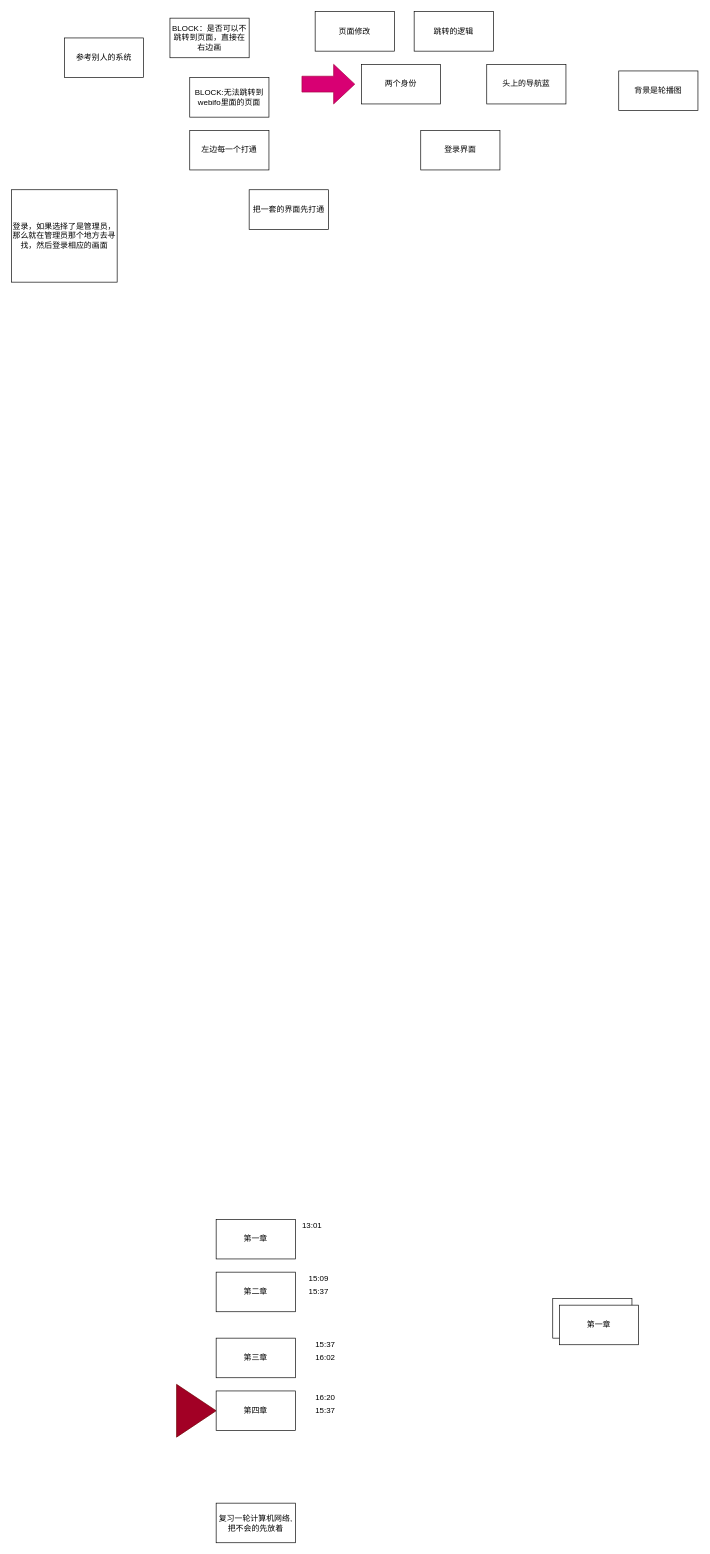
Above: dormsys/note/temp.drawio in Canwaiting/note (draw.io), before the change. Source tidied: cells renumbered, new cells numbered last; positions are measured from the earlier drawing's top-left corner, leaving out a move shared by most shapes. Both pictures are drawn from the tidied source at 66%, with x=0, y=0 at pixel (11, 11).
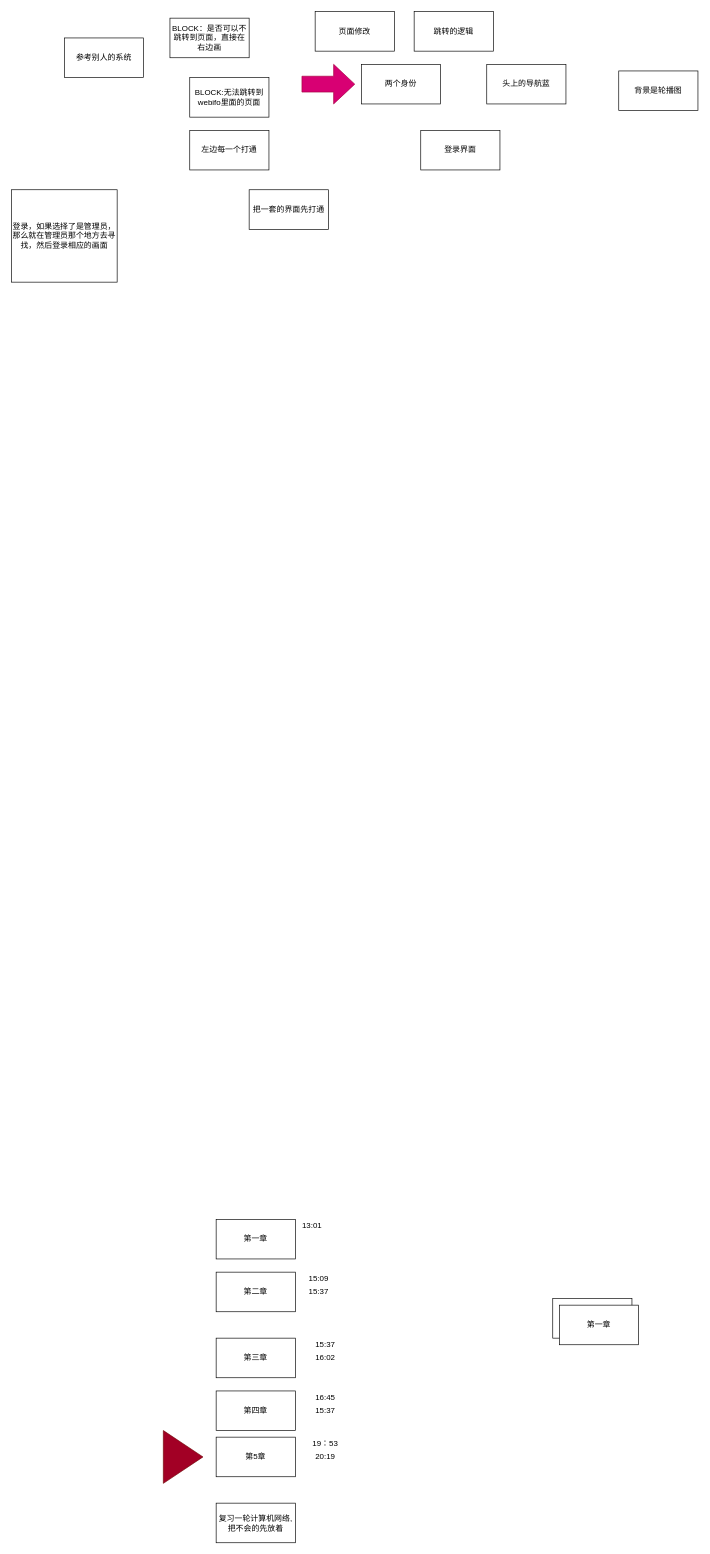
Above is the later version.

Diff of the diagram source:
```diff
@@
     <mxCell id="21" style="triangle;whiteSpace=wrap;html=1;fillColor=#a20025;strokeColor=#6F0000;fontColor=#ffffff;" parent="1" vertex="1">
-      <mxGeometry x="250" y="2080" width="60" height="80" as="geometry" />
+      <mxGeometry x="230" y="2150" width="60" height="80" as="geometry" />
     </mxCell>
@@
-    <mxCell id="28" value="&lt;font color=&quot;#000000&quot;&gt;16:20&lt;/font&gt;" style="text;html=1;align=center;verticalAlign=middle;strokeColor=none;" parent="1" vertex="1">
+    <mxCell id="28" value="&lt;font color=&quot;#000000&quot;&gt;16:45&lt;/font&gt;" style="text;html=1;align=center;verticalAlign=middle;strokeColor=none;" parent="1" vertex="1">
       <mxGeometry x="450" y="2090" width="50" height="20" as="geometry" />
     </mxCell>
@@
+    <mxCell id="30" value="第5章" style="whiteSpace=wrap;html=1;" parent="1" vertex="1">
+      <mxGeometry x="310" y="2160" width="120" height="60" as="geometry" />
+    </mxCell>
+    <mxCell id="31" value="&lt;font color=&quot;#000000&quot;&gt;19：53&lt;/font&gt;" style="text;html=1;align=center;verticalAlign=middle;strokeColor=none;" parent="1" vertex="1">
+      <mxGeometry x="450" y="2160" width="50" height="20" as="geometry" />
+    </mxCell>
+    <mxCell id="32" value="&lt;font color=&quot;#000000&quot;&gt;20:19&lt;/font&gt;" style="text;html=1;align=center;verticalAlign=middle;strokeColor=none;" parent="1" vertex="1">
+      <mxGeometry x="450" y="2180" width="50" height="20" as="geometry" />
+    </mxCell>
```
